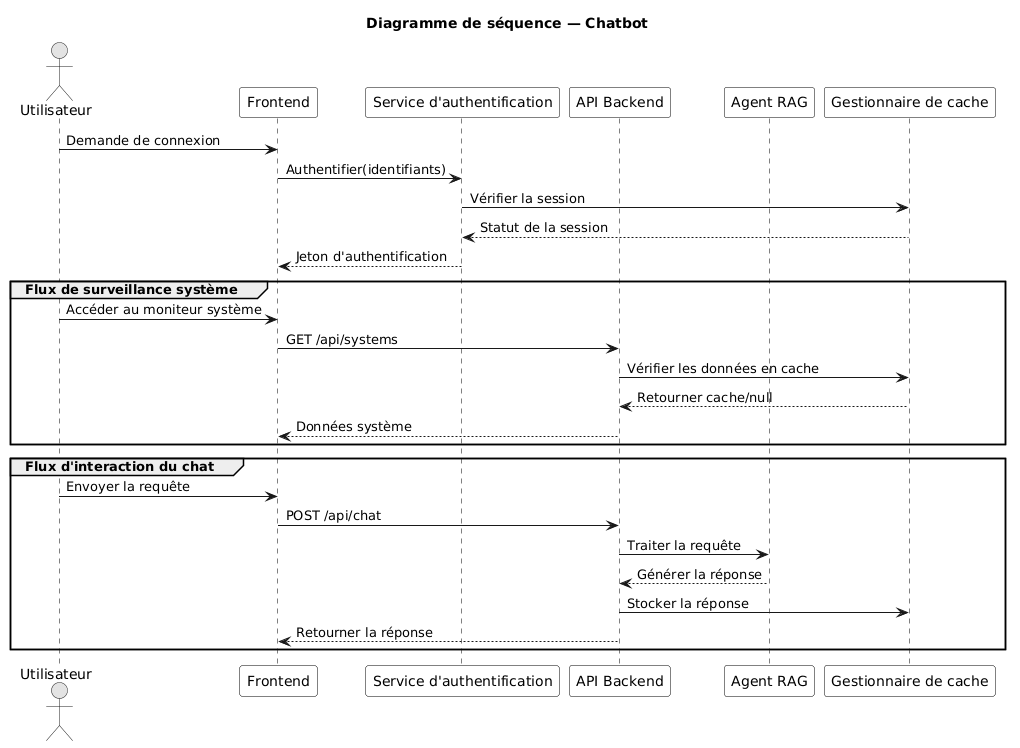
Before: images/sequence_chatbot_fr.png, a diagram exported from PlantUML (ghada-gkl/Rapport). Its diagram source:
```plantuml
@startuml
title Diagramme de séquence — Chatbot

skinparam shadowing false
skinparam monochrome true
skinparam sequence {
    ArrowThickness 1
    LifeLineBorderColor black
    LifeLineBackgroundColor white
    ParticipantBorderColor black
    ParticipantBackgroundColor white
}

actor Utilisateur

participant Frontend
participant "Service d'authentification" as Auth
participant "API Backend" as API
participant "Agent RAG" as RAG
participant "Gestionnaire de cache" as Cache

Utilisateur -> Frontend : Demande de connexion
Frontend -> Auth : Authentifier(identifiants)
Auth -> Cache : Vérifier la session
Cache --> Auth : Statut de la session
Auth --> Frontend : Jeton d'authentification

group Flux de surveillance système

Utilisateur -> Frontend : Accéder au moniteur système

Frontend -> API : GET /api/systems

API -> Cache : Vérifier les données en cache
Cache --> API : Retourner cache/null


API --> Frontend : Données système

end

group Flux d'interaction du chat

Utilisateur -> Frontend : Envoyer la requête

Frontend -> API : POST /api/chat

API -> RAG : Traiter la requête
RAG --> API : Générer la réponse

API -> Cache : Stocker la réponse

API --> Frontend : Retourner la réponse


end
@enduml
```
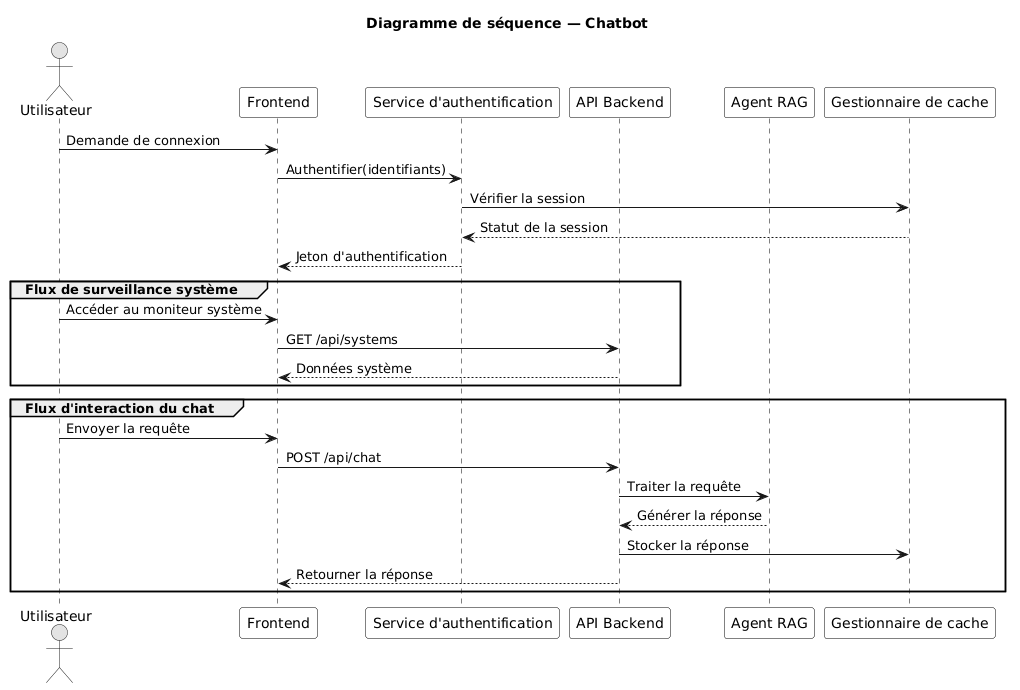
The same diagram one commit later.

The edit, as a diff of the source:
```diff
@@ -31,9 +31,6 @@
 
 Frontend -> API : GET /api/systems
 
-API -> Cache : Vérifier les données en cache
-Cache --> API : Retourner cache/null
-
 
 API --> Frontend : Données système
 
```
